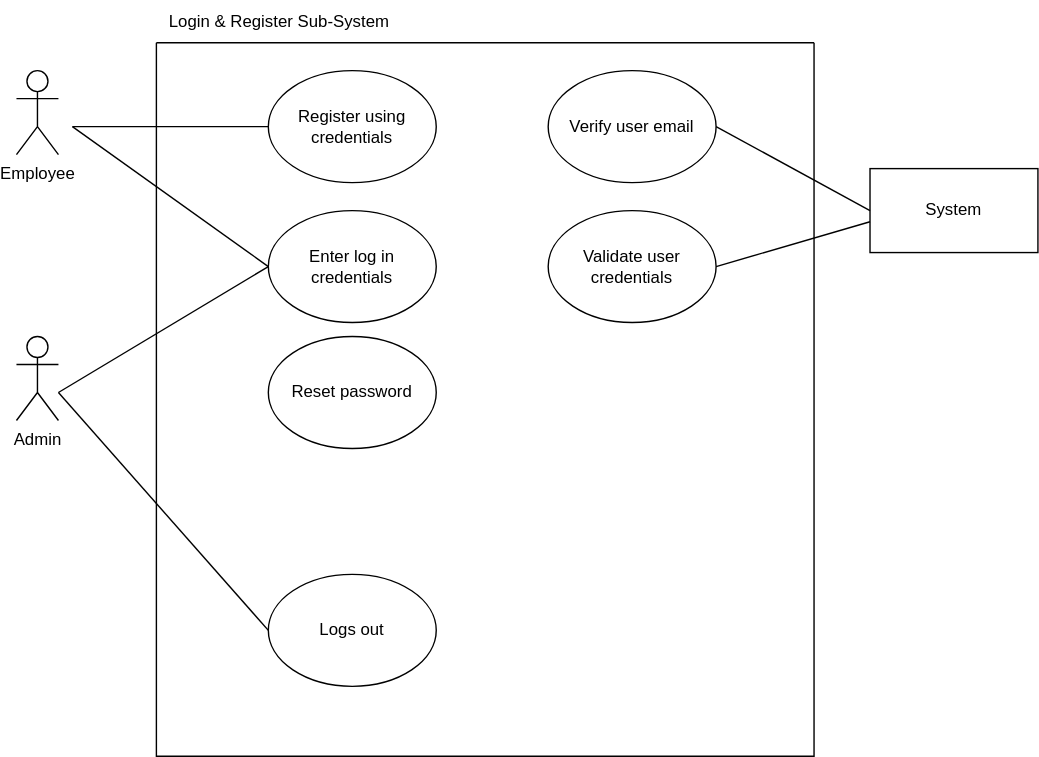
Above: Untitled Diagram.drawio.svg in Simamkele88/IFM3_GP (draw.io), before the change. Source tidied: cells renumbered, new cells last; positions are measured from the earlier drawing's top-left corner, leaving out a move shared by most shapes.
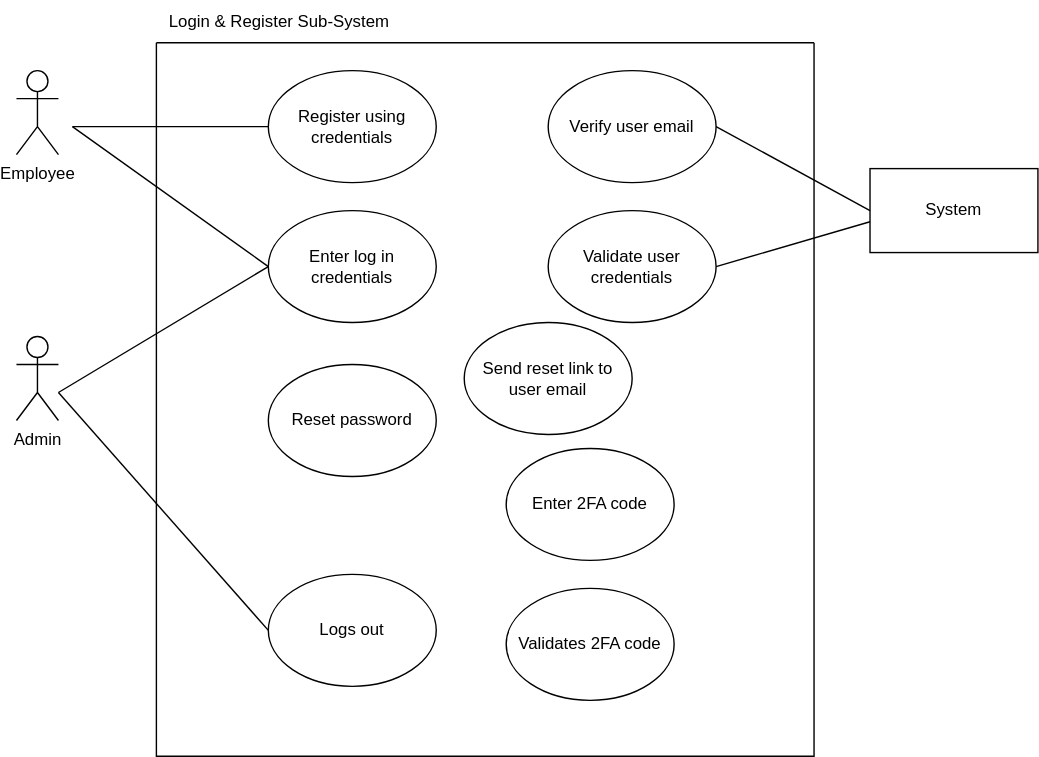
The same file after the commit.

Change to the diagram source:
```diff
@@ -35,8 +35,17 @@
       </mxGeometry>
     </mxCell>
     <mxCell id="12" value="Reset password" style="ellipse;whiteSpace=wrap;html=1;strokeColor=default;align=center;verticalAlign=middle;fontFamily=Helvetica;fontSize=12;fontColor=default;fillColor=default;" parent="5" vertex="1">
-      <mxGeometry x="80" y="210" width="120" height="80" as="geometry" />
+      <mxGeometry x="80" y="230" width="120" height="80" as="geometry" />
     </mxCell>
+    <mxCell id="19" value="Enter 2FA code" style="ellipse;whiteSpace=wrap;html=1;strokeColor=default;align=center;verticalAlign=middle;fontFamily=Helvetica;fontSize=12;fontColor=default;fillColor=default;" parent="5" vertex="1">
+      <mxGeometry x="250" y="290" width="120" height="80" as="geometry" />
+    </mxCell>
+    <mxCell id="20" value="Validates 2FA code" style="ellipse;whiteSpace=wrap;html=1;strokeColor=default;align=center;verticalAlign=middle;fontFamily=Helvetica;fontSize=12;fontColor=default;fillColor=default;" parent="5" vertex="1">
+      <mxGeometry x="250" y="390" width="120" height="80" as="geometry" />
+    </mxCell>
+    <mxCell id="21" value="Send reset link to user email" style="ellipse;whiteSpace=wrap;html=1;strokeColor=default;align=center;verticalAlign=middle;fontFamily=Helvetica;fontSize=12;fontColor=default;fillColor=default;" parent="5" vertex="1">
+      <mxGeometry x="220" y="200" width="120" height="80" as="geometry" />
+    </mxCell>
     <mxCell id="13" style="endArrow=none;html=1;rounded=0;entryX=0;entryY=0.5;entryDx=0;entryDy=0;" parent="1" edge="1" target="6">
       <mxGeometry relative="1" as="geometry">
         <mxPoint x="30" y="280" as="sourcePoint" />
```
